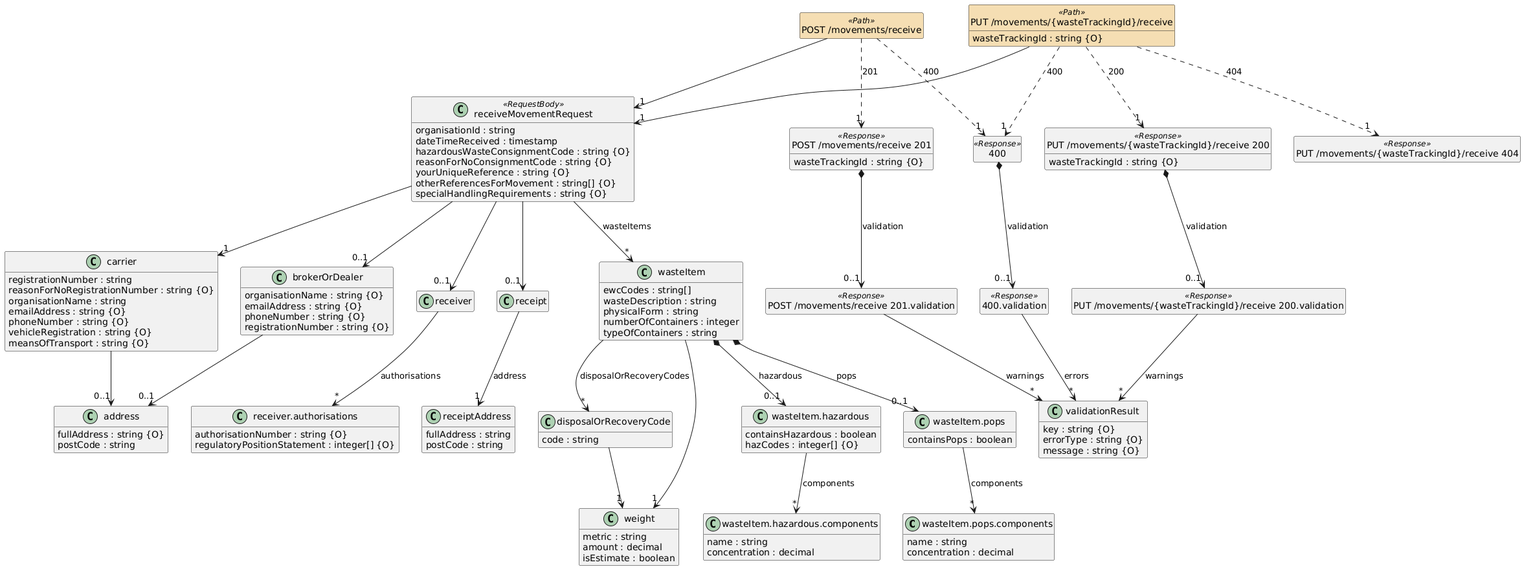
The PlantUML diagram docs/defra-spec.png in abeyonalaja/waste-tracking-service, before a commit.
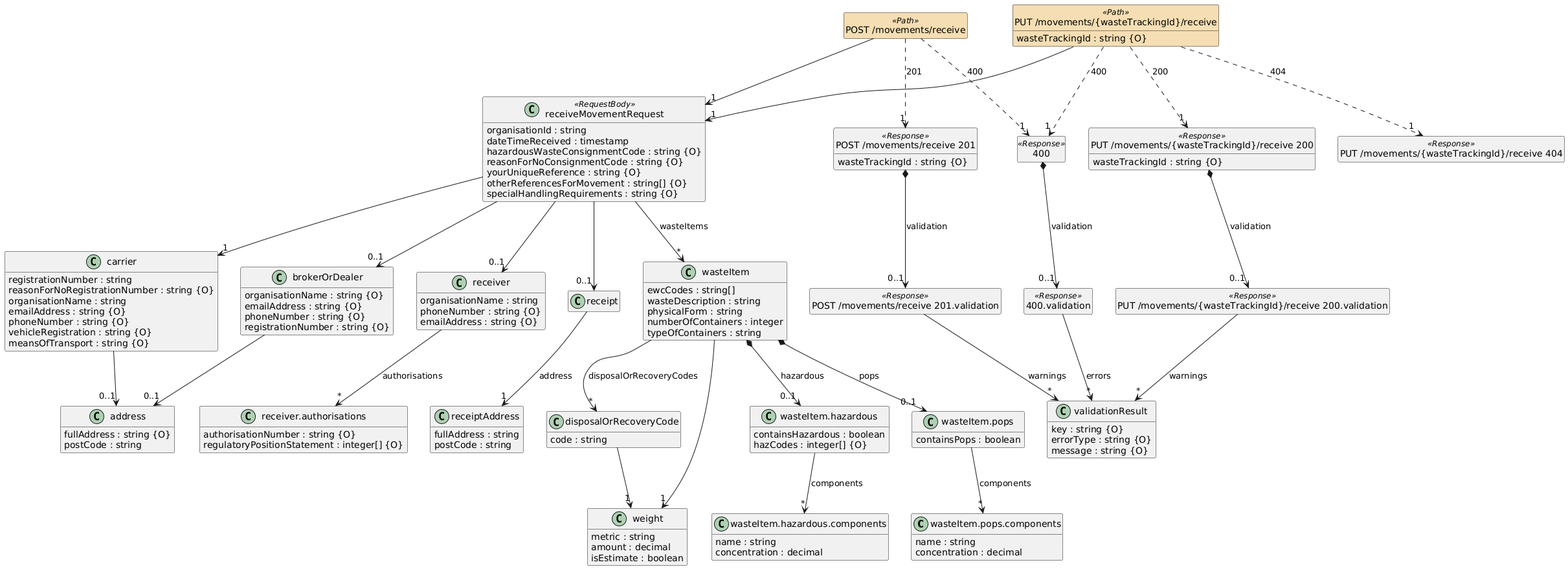
After the change.

Commit message:
Update DEFRA spec image in documentation

Diff of the diagram source:
```diff
@@ -59,6 +59,9 @@
 }
 
 class "receiver" {
+  {field} organisationName : string
+  {field} phoneNumber : string {O}
+  {field} emailAddress : string {O}
 }
 
 class "receipt" {
```
